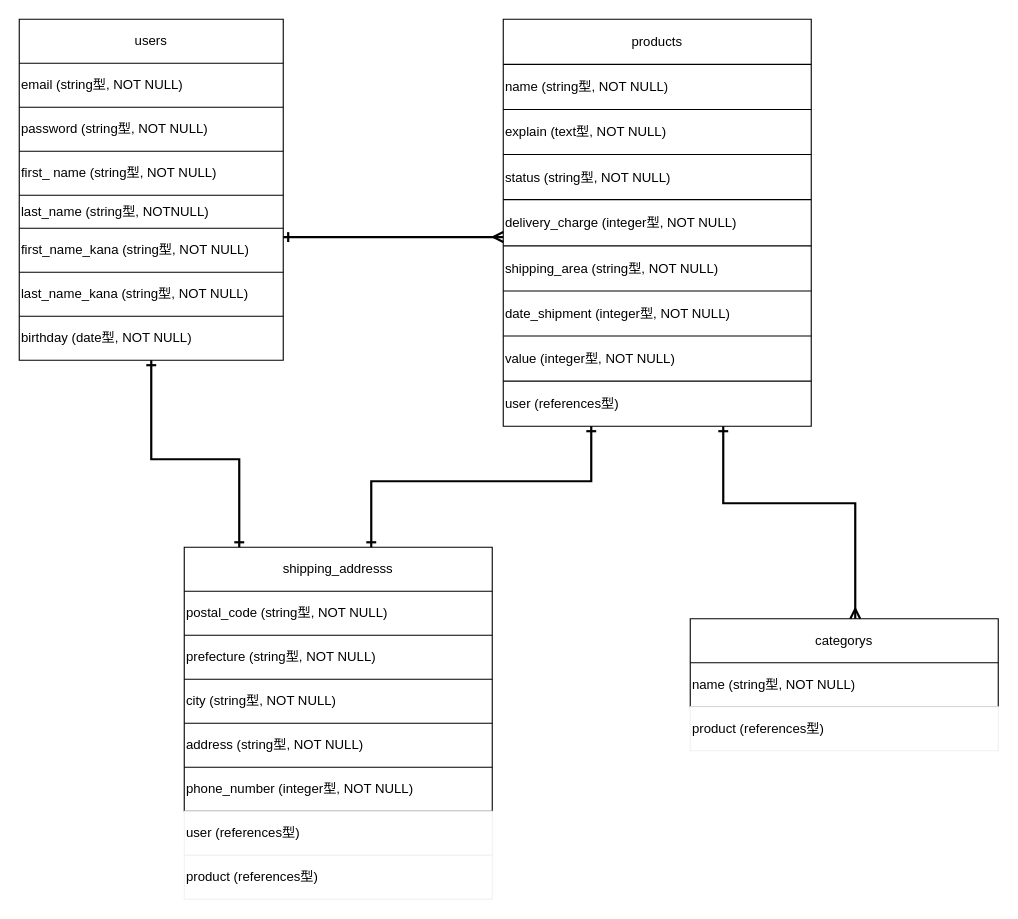
Above: ER.dio in Minamida-Rei/furima-35705 (draw.io), before the change. Source tidied: cells renumbered, new cells numbered last; positions are measured from the earlier drawing's top-left corner, leaving out a move shared by most shapes. Both pictures are drawn from the tidied source at 110%, with x=0, y=0 at pixel (19, 19).
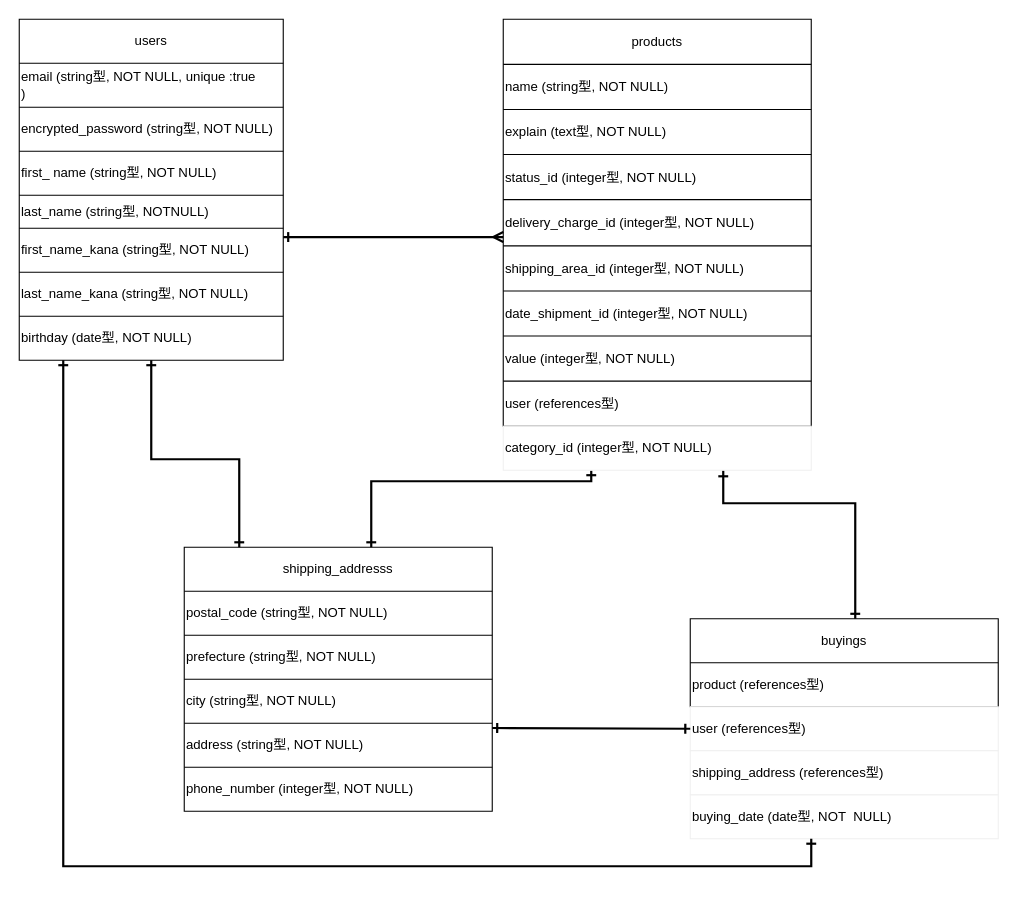
The same page after the edit.

Commit message (it also covers changes not shown here):
データベース設計修正1

Unchanged cells that the change refers to:
```xml
<mxCell id="5" style="shape=partialRectangle;html=1;whiteSpace=wrap;fillColor=none;top=0;left=0;bottom=0;right=0;align=left;" parent="2" vertex="1">
  <mxGeometry y="40" width="240" height="40" as="geometry" />
</mxCell>
<mxCell id="7" style="shape=partialRectangle;html=1;whiteSpace=wrap;fillColor=none;top=0;left=0;bottom=0;right=0;align=left;" parent="2" vertex="1">
  <mxGeometry y="80" width="240" height="40" as="geometry" />
</mxCell>
<mxCell id="26" style="shape=partialRectangle;html=1;whiteSpace=wrap;fillColor=none;top=0;left=0;bottom=0;right=0;align=left;" parent="19" vertex="1">
  <mxGeometry y="123" width="280" height="41" as="geometry" />
</mxCell>
<mxCell id="28" style="shape=partialRectangle;html=1;whiteSpace=wrap;fillColor=none;top=0;left=0;bottom=0;right=0;align=left;" parent="19" vertex="1">
  <mxGeometry y="164" width="280" height="42" as="geometry" />
</mxCell>
<mxCell id="30" style="shape=partialRectangle;html=1;whiteSpace=wrap;fillColor=none;top=0;left=0;bottom=0;right=0;align=left;" parent="19" vertex="1">
  <mxGeometry y="206" width="280" height="41" as="geometry" />
</mxCell>
<mxCell id="32" style="shape=partialRectangle;html=1;whiteSpace=wrap;fillColor=none;top=0;left=0;bottom=0;right=0;align=left;" parent="19" vertex="1">
  <mxGeometry y="247" width="280" height="41" as="geometry" />
</mxCell>
<mxCell id="39" style="shape=partialRectangle;html=1;whiteSpace=wrap;fillColor=none;top=0;left=0;bottom=0;right=0;" parent="38" vertex="1">
  <mxGeometry width="280" height="40" as="geometry" />
</mxCell>
<mxCell id="41" style="shape=partialRectangle;html=1;whiteSpace=wrap;fillColor=none;top=0;left=0;bottom=0;right=0;" parent="38" vertex="1">
  <mxGeometry y="40" width="280" height="40" as="geometry" />
</mxCell>
```

Change to the diagram source:
```diff
@@
-    <mxCell id="6" value="email (string型, NOT NULL)" style="shape=partialRectangle;html=1;whiteSpace=wrap;overflow=hidden;fillColor=none;top=0;left=0;bottom=0;right=0;align=left;" parent="5" vertex="1">
+    <mxCell id="6" value="email (string型, NOT NULL, unique :true&lt;br&gt;)" style="shape=partialRectangle;html=1;whiteSpace=wrap;overflow=hidden;fillColor=none;top=0;left=0;bottom=0;right=0;align=left;" parent="5" vertex="1">
       <mxGeometry width="240" height="40" as="geometry" />
     </mxCell>
@@
-    <mxCell id="8" value="password (string型, NOT NULL)" style="shape=partialRectangle;html=1;whiteSpace=wrap;overflow=hidden;fillColor=none;top=0;left=0;bottom=0;right=0;align=left;" parent="7" vertex="1">
+    <mxCell id="8" value="encrypted_password (string型, NOT NULL)" style="shape=partialRectangle;html=1;whiteSpace=wrap;overflow=hidden;fillColor=none;top=0;left=0;bottom=0;right=0;align=left;" parent="7" vertex="1">
       <mxGeometry width="240" height="40" as="geometry" />
     </mxCell>
@@
-    <mxCell id="27" value="status (string型, NOT NULL)" style="shape=partialRectangle;html=1;whiteSpace=wrap;overflow=hidden;fillColor=none;top=0;left=0;bottom=0;right=0;align=left;" parent="26" vertex="1">
+    <mxCell id="27" value="status_id (integer型, NOT NULL)" style="shape=partialRectangle;html=1;whiteSpace=wrap;overflow=hidden;fillColor=none;top=0;left=0;bottom=0;right=0;align=left;" parent="26" vertex="1">
       <mxGeometry width="280" height="41" as="geometry" />
     </mxCell>
@@
-    <mxCell id="29" value="delivery_charge (integer型, NOT NULL)" style="shape=partialRectangle;html=1;whiteSpace=wrap;overflow=hidden;fillColor=none;top=0;left=0;bottom=0;right=0;align=left;" parent="28" vertex="1">
+    <mxCell id="29" value="delivery_charge_id (integer型, NOT NULL)" style="shape=partialRectangle;html=1;whiteSpace=wrap;overflow=hidden;fillColor=none;top=0;left=0;bottom=0;right=0;align=left;" parent="28" vertex="1">
       <mxGeometry width="280" height="42" as="geometry" />
     </mxCell>
@@
-    <mxCell id="31" value="shipping_area (string型, NOT NULL)" style="shape=partialRectangle;html=1;whiteSpace=wrap;overflow=hidden;fillColor=none;top=0;left=0;bottom=0;right=0;align=left;" parent="30" vertex="1">
+    <mxCell id="31" value="shipping_area_id (integer型, NOT NULL)" style="shape=partialRectangle;html=1;whiteSpace=wrap;overflow=hidden;fillColor=none;top=0;left=0;bottom=0;right=0;align=left;" parent="30" vertex="1">
       <mxGeometry width="280" height="41" as="geometry" />
     </mxCell>
@@
-    <mxCell id="33" value="date_shipment (integer型, NOT NULL)" style="shape=partialRectangle;html=1;whiteSpace=wrap;overflow=hidden;fillColor=none;top=0;left=0;bottom=0;right=0;align=left;" parent="32" vertex="1">
+    <mxCell id="33" value="date_shipment_id (integer型, NOT NULL)" style="shape=partialRectangle;html=1;whiteSpace=wrap;overflow=hidden;fillColor=none;top=0;left=0;bottom=0;right=0;align=left;" parent="32" vertex="1">
       <mxGeometry width="280" height="41" as="geometry" />
     </mxCell>
@@
-    <mxCell id="40" value="categorys" style="shape=partialRectangle;html=1;whiteSpace=wrap;overflow=hidden;fillColor=none;top=0;left=0;bottom=0;right=0;" parent="39" vertex="1">
+    <mxCell id="40" value="buyings" style="shape=partialRectangle;html=1;whiteSpace=wrap;overflow=hidden;fillColor=none;top=0;left=0;bottom=0;right=0;" parent="39" vertex="1">
       <mxGeometry width="280" height="40" as="geometry" />
     </mxCell>
@@
-    <mxCell id="42" value="name (string型, NOT NULL)" style="shape=partialRectangle;html=1;whiteSpace=wrap;overflow=hidden;fillColor=none;top=0;left=0;bottom=0;right=0;align=left;" parent="41" vertex="1">
+    <mxCell id="42" value="product (references型)" style="shape=partialRectangle;html=1;whiteSpace=wrap;overflow=hidden;fillColor=none;top=0;left=0;bottom=0;right=0;align=left;" parent="41" vertex="1">
       <mxGeometry width="280" height="40" as="geometry" />
     </mxCell>
-    <mxCell id="43" value="product (references型)" style="whiteSpace=wrap;html=1;strokeColor=#f0f0f0;align=left;" parent="1" vertex="1">
+    <mxCell id="43" value="user (references型)" style="whiteSpace=wrap;html=1;strokeColor=#f0f0f0;align=left;" parent="1" vertex="1">
       <mxGeometry x="610" y="625" width="280" height="40" as="geometry" />
     </mxCell>
@@
-    <mxCell id="58" style="endArrow=ERmany;html=1;rounded=0;strokeWidth=2;fontSize=41;endFill=0;startArrow=ERone;startFill=0;" parent="1" edge="1">
+    <mxCell id="58" style="endArrow=ERone;html=1;rounded=0;strokeWidth=2;fontSize=41;endFill=0;startArrow=ERone;startFill=0;" parent="1" edge="1">
       <mxGeometry relative="1" as="geometry">
-        <mxPoint x="640" y="370" as="sourcePoint" />
+        <mxPoint x="640" y="420" as="sourcePoint" />
         <mxPoint x="760" y="545" as="targetPoint" />
         <Array as="points">
           <mxPoint x="640" y="410" />
           <mxPoint x="640" y="440" />
           <mxPoint x="760" y="440" />
         </Array>
       </mxGeometry>
     </mxCell>
@@
     <mxCell id="60" style="endArrow=ERone;html=1;rounded=0;strokeWidth=2;fontSize=41;startArrow=ERone;startFill=0;endFill=0;" parent="1" edge="1">
       <mxGeometry relative="1" as="geometry">
-        <mxPoint x="520" y="370" as="sourcePoint" />
+        <mxPoint x="520" y="410" as="sourcePoint" />
         <mxPoint x="320" y="480" as="targetPoint" />
         <Array as="points">
           <mxPoint x="520" y="420" />
           <mxPoint x="320" y="420" />
         </Array>
       </mxGeometry>
     </mxCell>
-    <mxCell id="61" value="user (references型)" style="whiteSpace=wrap;html=1;strokeColor=#f0f0f0;fontSize=12;align=left;" parent="1" vertex="1">
-      <mxGeometry x="150" y="720" width="280" height="40" as="geometry" />
-    </mxCell>
-    <mxCell id="62" value="product (references型)" style="whiteSpace=wrap;html=1;strokeColor=#f0f0f0;fontSize=12;align=left;" parent="1" vertex="1">
-      <mxGeometry x="150" y="760" width="280" height="40" as="geometry" />
-    </mxCell>
+    <mxCell id="63" value="category_id (integer型, NOT NULL)" style="whiteSpace=wrap;html=1;strokeColor=#f0f0f0;fontSize=12;align=left;" parent="1" vertex="1">
+      <mxGeometry x="440" y="370" width="280" height="40" as="geometry" />
+    </mxCell>
+    <mxCell id="64" value="buying_date (date型, NOT&amp;nbsp; NULL)" style="whiteSpace=wrap;html=1;strokeColor=#f0f0f0;fontSize=12;align=left;" parent="1" vertex="1">
+      <mxGeometry x="610" y="705" width="280" height="40" as="geometry" />
+    </mxCell>
+    <mxCell id="65" value="shipping_address (references型)" style="whiteSpace=wrap;html=1;strokeColor=#f0f0f0;fontSize=12;align=left;" parent="1" vertex="1">
+      <mxGeometry x="610" y="665" width="280" height="40" as="geometry" />
+    </mxCell>
+    <mxCell id="66" style="endArrow=ERone;html=1;rounded=0;strokeWidth=2;fontSize=12;entryX=0;entryY=0.5;entryDx=0;entryDy=0;startArrow=ERone;startFill=0;endFill=0;" parent="1" edge="1" target="43">
+      <mxGeometry relative="1" as="geometry">
+        <mxPoint x="430" y="644.3" as="sourcePoint" />
+      </mxGeometry>
+    </mxCell>
+    <mxCell id="67" style="endArrow=ERone;html=1;rounded=0;strokeWidth=2;fontSize=12;startArrow=ERone;startFill=0;endFill=0;" parent="1" edge="1">
+      <mxGeometry relative="1" as="geometry">
+        <mxPoint x="40" y="310" as="sourcePoint" />
+        <mxPoint x="720" y="745" as="targetPoint" />
+        <Array as="points">
+          <mxPoint x="40" y="770" />
+          <mxPoint x="720" y="770" />
+        </Array>
+      </mxGeometry>
+    </mxCell>
```
